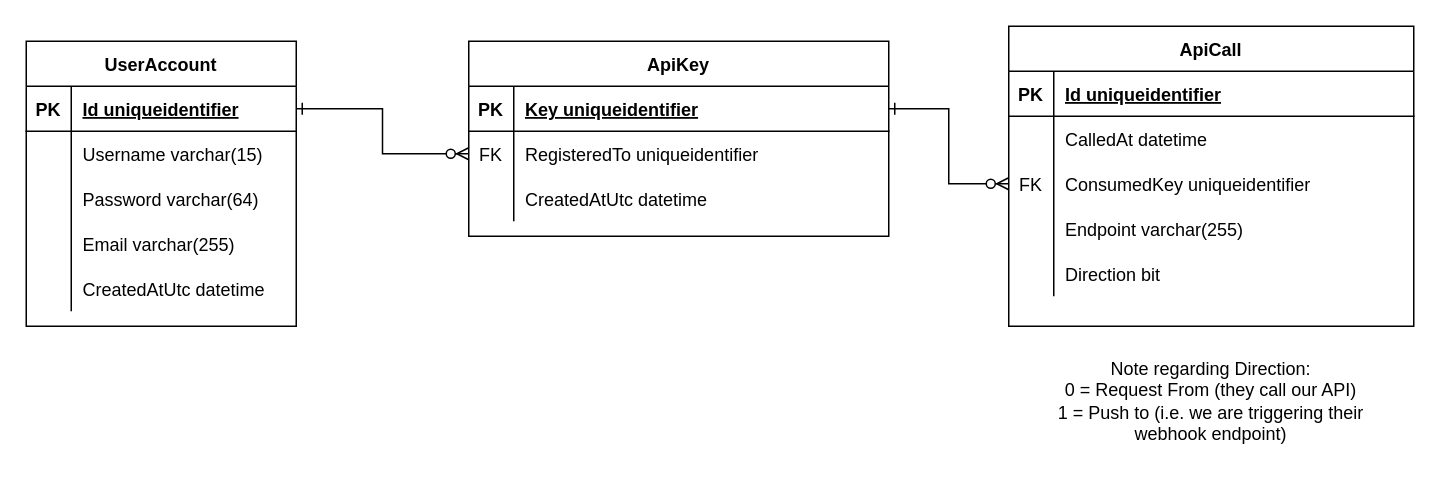
Earlier version of the draw.io diagram page "User-Related" (3 of 3) of AletheiaErd.drawio (TimHanewich/Aletheia-Engine-Library). Source tidied: cells renumbered, new cells numbered last; positions are measured from the earlier drawing's top-left corner, leaving out a move shared by most shapes. Both pictures are drawn from the tidied source at 150%, with x=0, y=0 at pixel (26, 26).
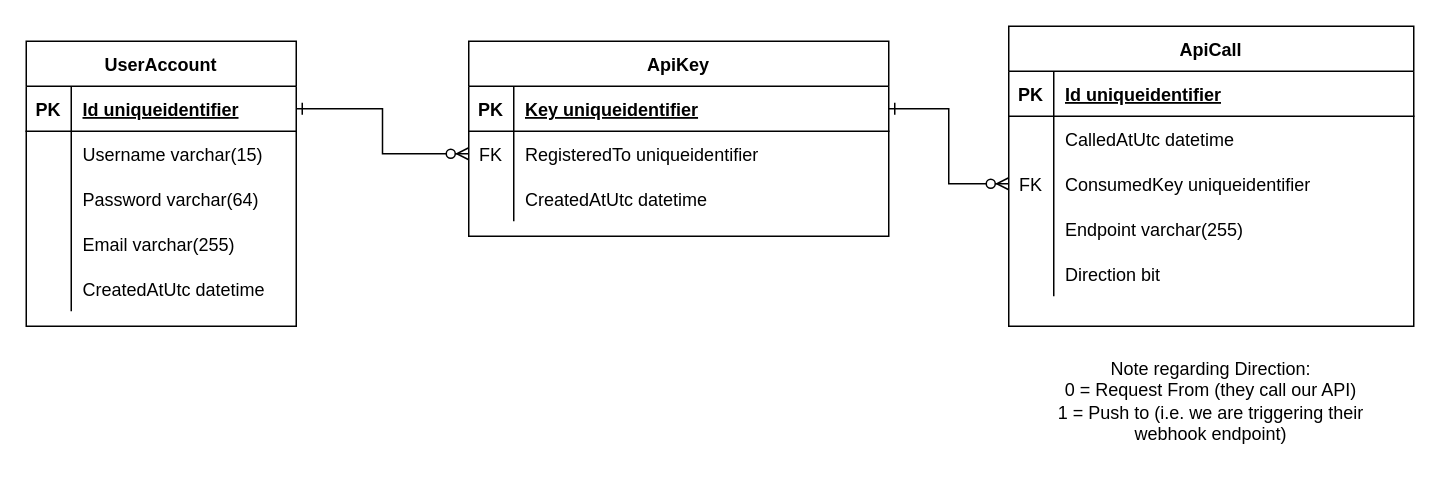
After the change.

Commit message:
Renamed column property 'CalledAt' to 'CalledAtUtc' in the ApiCall table

The change refers to these unchanged cells:
```xml
<mxCell id="33" style="shape=partialRectangle;fillColor=none;top=0;left=0;bottom=0;right=0;" parent="29" vertex="1">
  <mxGeometry y="60" width="270" height="30" as="geometry" />
</mxCell>
```

Diff of the diagram source:
```diff
@@
-    <mxCell id="35" value="CalledAt datetime" style="shape=partialRectangle;fillColor=none;top=0;left=0;bottom=0;right=0;align=left;spacingLeft=6;overflow=hidden;" parent="33" vertex="1">
+    <mxCell id="35" value="CalledAtUtc datetime" style="shape=partialRectangle;fillColor=none;top=0;left=0;bottom=0;right=0;align=left;spacingLeft=6;overflow=hidden;" parent="33" vertex="1">
       <mxGeometry x="30" width="240" height="30" as="geometry" />
     </mxCell>
```
